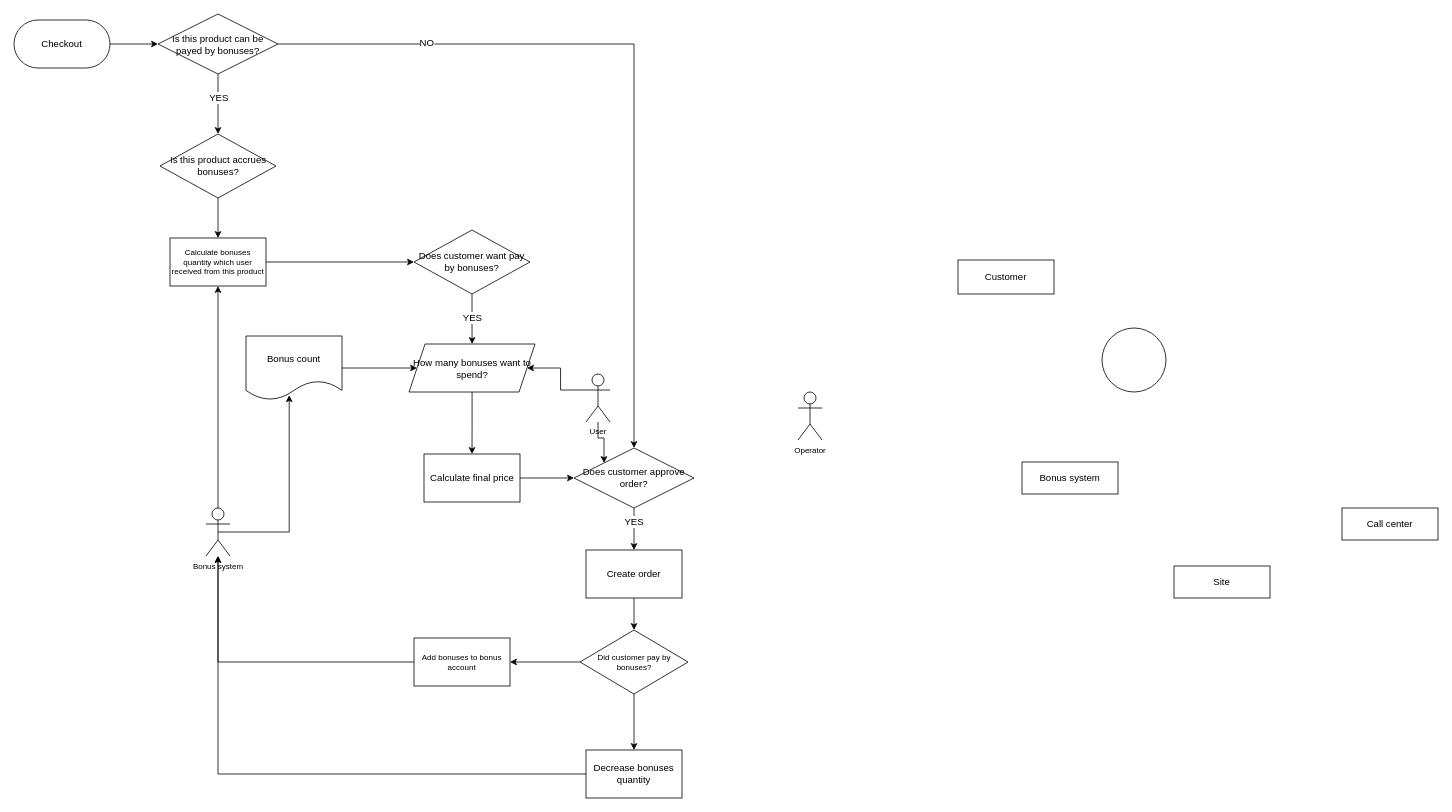
Earlier version of the draw.io diagram block.drawio (incfl0w/drawio). Source tidied: cells renumbered, new cells numbered last; positions are measured from the earlier drawing's top-left corner, leaving out a move shared by most shapes. Both pictures are drawn from the tidied source at 80%, with x=0, y=0 at pixel (14, 14).
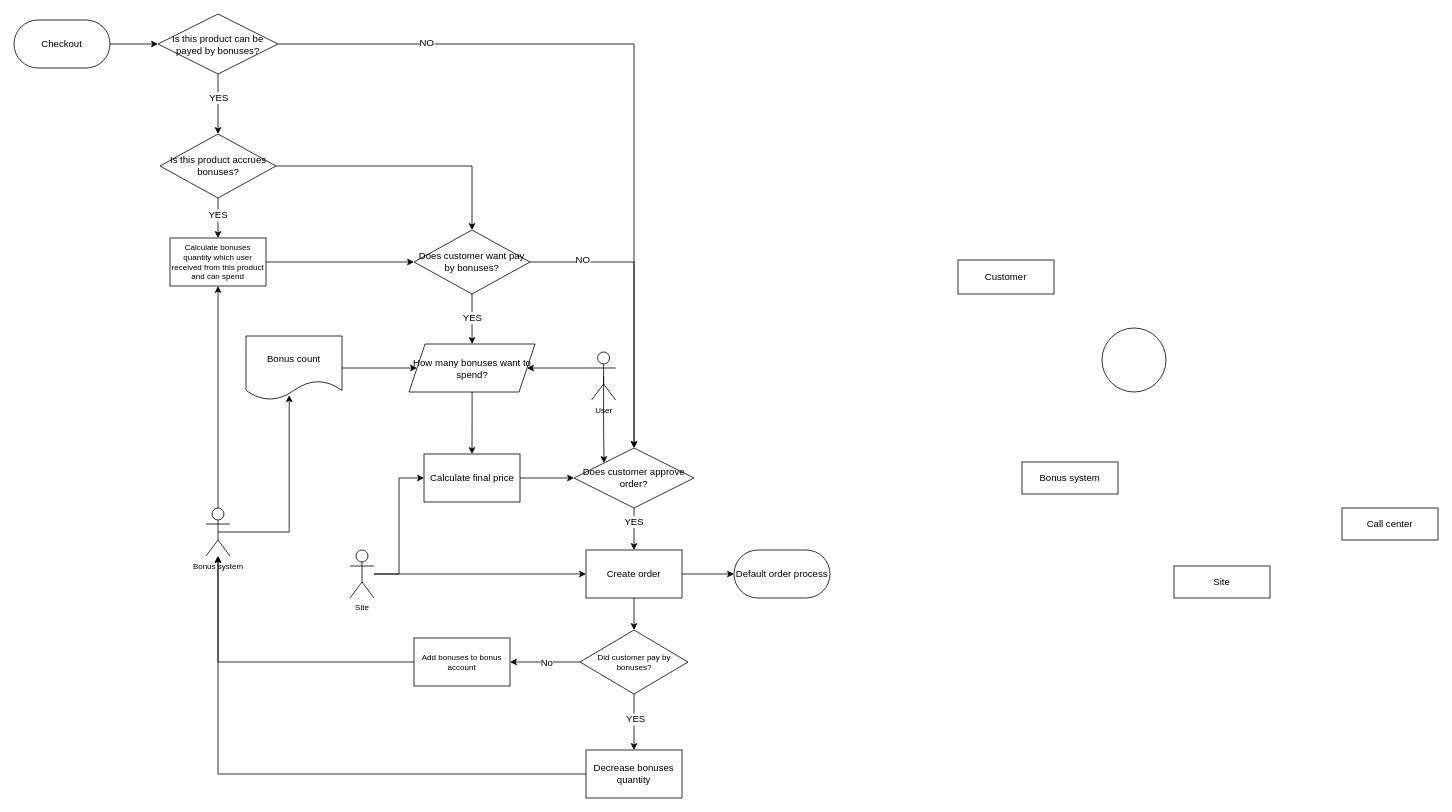
Above is the later version.

The change refers to these unchanged cells:
```xml
<mxCell id="9" style="edgeStyle=orthogonalEdgeStyle;rounded=0;jettySize=auto;html=1;fontSize=10;" parent="1" edge="1" source="10" target="28">
  <mxGeometry relative="1" as="geometry" />
</mxCell>
<mxCell id="10" value="Is this product accrues bonuses?&lt;span data-lucid-content=&quot;{&amp;quot;t&amp;quot;:&amp;quot;Is this product accrues bonuses?&amp;quot;,&amp;quot;m&amp;quot;:[{&amp;quot;s&amp;quot;:0,&amp;quot;n&amp;quot;:&amp;quot;mt&amp;quot;,&amp;quot;v&amp;quot;:3.708},{&amp;quot;s&amp;quot;:0,&amp;quot;n&amp;quot;:&amp;quot;fl&amp;quot;,&amp;quot;v&amp;quot;:12.977},{&amp;quot;s&amp;quot;:0,&amp;quot;n&amp;quot;:&amp;quot;il&amp;quot;,&amp;quot;v&amp;quot;:12.977},{&amp;quot;s&amp;quot;:0,&amp;quot;n&amp;quot;:&amp;quot;ir&amp;quot;,&amp;quot;v&amp;quot;:12.977},{&amp;quot;s&amp;quot;:0,&amp;quot;n&amp;quot;:&amp;quot;a&amp;quot;,&amp;quot;v&amp;quot;:&amp;quot;center&amp;quot;},{&amp;quot;s&amp;quot;:0,&amp;quot;n&amp;quot;:&amp;quot;fc&amp;quot;,&amp;quot;v&amp;quot;:&amp;quot;Regular&amp;quot;,&amp;quot;e&amp;quot;:32},{&amp;quot;s&amp;quot;:0,&amp;quot;n&amp;quot;:&amp;quot;s&amp;quot;,&amp;quot;v&amp;quot;:18.022927923937758,&amp;quot;e&amp;quot;:32},{&amp;quot;s&amp;quot;:0,&amp;quot;n&amp;quot;:&amp;quot;c&amp;quot;,&amp;quot;v&amp;quot;:&amp;quot;#000000ff&amp;quot;,&amp;quot;e&amp;quot;:32}]}&quot; style=&quot;font-size: 12px;&quot;&gt;&lt;/span&gt;&lt;span data-lucid-content=&quot;{&amp;quot;t&amp;quot;:&amp;quot;Is this product accrues bonuses?&amp;quot;,&amp;quot;m&amp;quot;:[{&amp;quot;s&amp;quot;:0,&amp;quot;n&amp;quot;:&amp;quot;mt&amp;quot;,&amp;quot;v&amp;quot;:3.708},{&amp;quot;s&amp;quot;:0,&amp;quot;n&amp;quot;:&amp;quot;fl&amp;quot;,&amp;quot;v&amp;quot;:12.977},{&amp;quot;s&amp;quot;:0,&amp;quot;n&amp;quot;:&amp;quot;il&amp;quot;,&amp;quot;v&amp;quot;:12.977},{&amp;quot;s&amp;quot;:0,&amp;quot;n&amp;quot;:&amp;quot;ir&amp;quot;,&amp;quot;v&amp;quot;:12.977},{&amp;quot;s&amp;quot;:0,&amp;quot;n&amp;quot;:&amp;quot;a&amp;quot;,&amp;quot;v&amp;quot;:&amp;quot;center&amp;quot;},{&amp;quot;s&amp;quot;:0,&amp;quot;n&amp;quot;:&amp;quot;fc&amp;quot;,&amp;quot;v&amp;quot;:&amp;quot;Regular&amp;quot;,&amp;quot;e&amp;quot;:32},{&amp;quot;s&amp;quot;:0,&amp;quot;n&amp;quot;:&amp;quot;s&amp;quot;,&amp;quot;v&amp;quot;:18.022927923937758,&amp;quot;e&amp;quot;:32},{&amp;quot;s&amp;quot;:0,&amp;quot;n&amp;quot;:&amp;quot;c&amp;quot;,&amp;quot;v&amp;quot;:&amp;quot;#000000ff&amp;quot;,&amp;quot;e&amp;quot;:32}]}&quot; style=&quot;font-size: 12px;&quot;&gt;&lt;/span&gt;&lt;span data-lucid-content=&quot;{&amp;quot;t&amp;quot;:&amp;quot;Is this product accrues bonuses?&amp;quot;,&amp;quot;m&amp;quot;:[{&amp;quot;s&amp;quot;:0,&amp;quot;n&amp;quot;:&amp;quot;mt&amp;quot;,&amp;quot;v&amp;quot;:3.708},{&amp;quot;s&amp;quot;:0,&amp;quot;n&amp;quot;:&amp;quot;fl&amp;quot;,&amp;quot;v&amp;quot;:12.977},{&amp;quot;s&amp;quot;:0,&amp;quot;n&amp;quot;:&amp;quot;il&amp;quot;,&amp;quot;v&amp;quot;:12.977},{&amp;quot;s&amp;quot;:0,&amp;quot;n&amp;quot;:&amp;quot;ir&amp;quot;,&amp;quot;v&amp;quot;:12.977},{&amp;quot;s&amp;quot;:0,&amp;quot;n&amp;quot;:&amp;quot;a&amp;quot;,&amp;quot;v&amp;quot;:&amp;quot;center&amp;quot;},{&amp;quot;s&amp;quot;:0,&amp;quot;n&amp;quot;:&amp;quot;fc&amp;quot;,&amp;quot;v&amp;quot;:&amp;quot;Regular&amp;quot;,&amp;quot;e&amp;quot;:32},{&amp;quot;s&amp;quot;:0,&amp;quot;n&amp;quot;:&amp;quot;s&amp;quot;,&amp;quot;v&amp;quot;:18.022927923937758,&amp;quot;e&amp;quot;:32},{&amp;quot;s&amp;quot;:0,&amp;quot;n&amp;quot;:&amp;quot;c&amp;quot;,&amp;quot;v&amp;quot;:&amp;quot;#000000ff&amp;quot;,&amp;quot;e&amp;quot;:32}]}&quot; style=&quot;font-size: 12px;&quot;&gt;&lt;/span&gt;&lt;span data-lucid-content=&quot;{&amp;quot;t&amp;quot;:&amp;quot;Is this product accrues bonuses?&amp;quot;,&amp;quot;m&amp;quot;:[{&amp;quot;s&amp;quot;:0,&amp;quot;n&amp;quot;:&amp;quot;mt&amp;quot;,&amp;quot;v&amp;quot;:3.708},{&amp;quot;s&amp;quot;:0,&amp;quot;n&amp;quot;:&amp;quot;fl&amp;quot;,&amp;quot;v&amp;quot;:12.977},{&amp;quot;s&amp;quot;:0,&amp;quot;n&amp;quot;:&amp;quot;il&amp;quot;,&amp;quot;v&amp;quot;:12.977},{&amp;quot;s&amp;quot;:0,&amp;quot;n&amp;quot;:&amp;quot;ir&amp;quot;,&amp;quot;v&amp;quot;:12.977},{&amp;quot;s&amp;quot;:0,&amp;quot;n&amp;quot;:&amp;quot;a&amp;quot;,&amp;quot;v&amp;quot;:&amp;quot;center&amp;quot;},{&amp;quot;s&amp;quot;:0,&amp;quot;n&amp;quot;:&amp;quot;fc&amp;quot;,&amp;quot;v&amp;quot;:&amp;quot;Regular&amp;quot;,&amp;quot;e&amp;quot;:32},{&amp;quot;s&amp;quot;:0,&amp;quot;n&amp;quot;:&amp;quot;s&amp;quot;,&amp;quot;v&amp;quot;:18.022927923937758,&amp;quot;e&amp;quot;:32},{&amp;quot;s&amp;quot;:0,&amp;quot;n&amp;quot;:&amp;quot;c&amp;quot;,&amp;quot;v&amp;quot;:&amp;quot;#000000ff&amp;quot;,&amp;quot;e&amp;quot;:32}]}&quot; style=&quot;font-size: 12px;&quot;&gt;&lt;/span&gt;&lt;span data-lucid-content=&quot;{&amp;quot;t&amp;quot;:&amp;quot;Is this product accrues bonuses?&amp;quot;,&amp;quot;m&amp;quot;:[{&amp;quot;s&amp;quot;:0,&amp;quot;n&amp;quot;:&amp;quot;mt&amp;quot;,&amp;quot;v&amp;quot;:3.708},{&amp;quot;s&amp;quot;:0,&amp;quot;n&amp;quot;:&amp;quot;fl&amp;quot;,&amp;quot;v&amp;quot;:12.977},{&amp;quot;s&amp;quot;:0,&amp;quot;n&amp;quot;:&amp;quot;il&amp;quot;,&amp;quot;v&amp;quot;:12.977},{&amp;quot;s&amp;quot;:0,&amp;quot;n&amp;quot;:&amp;quot;ir&amp;quot;,&amp;quot;v&amp;quot;:12.977},{&amp;quot;s&amp;quot;:0,&amp;quot;n&amp;quot;:&amp;quot;a&amp;quot;,&amp;quot;v&amp;quot;:&amp;quot;center&amp;quot;},{&amp;quot;s&amp;quot;:0,&amp;quot;n&amp;quot;:&amp;quot;fc&amp;quot;,&amp;quot;v&amp;quot;:&amp;quot;Regular&amp;quot;,&amp;quot;e&amp;quot;:32},{&amp;quot;s&amp;quot;:0,&amp;quot;n&amp;quot;:&amp;quot;s&amp;quot;,&amp;quot;v&amp;quot;:18.022927923937758,&amp;quot;e&amp;quot;:32},{&amp;quot;s&amp;quot;:0,&amp;quot;n&amp;quot;:&amp;quot;c&amp;quot;,&amp;quot;v&amp;quot;:&amp;quot;#000000ff&amp;quot;,&amp;quot;e&amp;quot;:32}]}&quot; style=&quot;font-size: 12px;&quot;&gt;&lt;/span&gt;&lt;span data-lucid-content=&quot;{&amp;quot;t&amp;quot;:&amp;quot;Is this product accrues bonuses?&amp;quot;,&amp;quot;m&amp;quot;:[{&amp;quot;s&amp;quot;:0,&amp;quot;n&amp;quot;:&amp;quot;mt&amp;quot;,&amp;quot;v&amp;quot;:3.708},{&amp;quot;s&amp;quot;:0,&amp;quot;n&amp;quot;:&amp;quot;fl&amp;quot;,&amp;quot;v&amp;quot;:12.977},{&amp;quot;s&amp;quot;:0,&amp;quot;n&amp;quot;:&amp;quot;il&amp;quot;,&amp;quot;v&amp;quot;:12.977},{&amp;quot;s&amp;quot;:0,&amp;quot;n&amp;quot;:&amp;quot;ir&amp;quot;,&amp;quot;v&amp;quot;:12.977},{&amp;quot;s&amp;quot;:0,&amp;quot;n&amp;quot;:&amp;quot;a&amp;quot;,&amp;quot;v&amp;quot;:&amp;quot;center&amp;quot;},{&amp;quot;s&amp;quot;:0,&amp;quot;n&amp;quot;:&amp;quot;fc&amp;quot;,&amp;quot;v&amp;quot;:&amp;quot;Regular&amp;quot;,&amp;quot;e&amp;quot;:32},{&amp;quot;s&amp;quot;:0,&amp;quot;n&amp;quot;:&amp;quot;s&amp;quot;,&amp;quot;v&amp;quot;:18.022927923937758,&amp;quot;e&amp;quot;:32},{&amp;quot;s&amp;quot;:0,&amp;quot;n&amp;quot;:&amp;quot;c&amp;quot;,&amp;quot;v&amp;quot;:&amp;quot;#000000ff&amp;quot;,&amp;quot;e&amp;quot;:32}]}&quot; style=&quot;font-size: 12px;&quot;&gt;&lt;/span&gt;&lt;span data-lucid-content=&quot;{&amp;quot;t&amp;quot;:&amp;quot;Is this product accrues bonuses?&amp;quot;,&amp;quot;m&amp;quot;:[{&amp;quot;s&amp;quot;:0,&amp;quot;n&amp;quot;:&amp;quot;mt&amp;quot;,&amp;quot;v&amp;quot;:3.708},{&amp;quot;s&amp;quot;:0,&amp;quot;n&amp;quot;:&amp;quot;fl&amp;quot;,&amp;quot;v&amp;quot;:12.977},{&amp;quot;s&amp;quot;:0,&amp;quot;n&amp;quot;:&amp;quot;il&amp;quot;,&amp;quot;v&amp;quot;:12.977},{&amp;quot;s&amp;quot;:0,&amp;quot;n&amp;quot;:&amp;quot;ir&amp;quot;,&amp;quot;v&amp;quot;:12.977},{&amp;quot;s&amp;quot;:0,&amp;quot;n&amp;quot;:&amp;quot;a&amp;quot;,&amp;quot;v&amp;quot;:&amp;quot;center&amp;quot;},{&amp;quot;s&amp;quot;:0,&amp;quot;n&amp;quot;:&amp;quot;fc&amp;quot;,&amp;quot;v&amp;quot;:&amp;quot;Regular&amp;quot;,&amp;quot;e&amp;quot;:32},{&amp;quot;s&amp;quot;:0,&amp;quot;n&amp;quot;:&amp;quot;s&amp;quot;,&amp;quot;v&amp;quot;:18.022927923937758,&amp;quot;e&amp;quot;:32},{&amp;quot;s&amp;quot;:0,&amp;quot;n&amp;quot;:&amp;quot;c&amp;quot;,&amp;quot;v&amp;quot;:&amp;quot;#000000ff&amp;quot;,&amp;quot;e&amp;quot;:32}]}&quot; style=&quot;font-size: 12px;&quot;&gt;&lt;/span&gt;&lt;span data-lucid-content=&quot;{&amp;quot;t&amp;quot;:&amp;quot;Is this product accrues bonuses?&amp;quot;,&amp;quot;m&amp;quot;:[{&amp;quot;s&amp;quot;:0,&amp;quot;n&amp;quot;:&amp;quot;mt&amp;quot;,&amp;quot;v&amp;quot;:3.708},{&amp;quot;s&amp;quot;:0,&amp;quot;n&amp;quot;:&amp;quot;fl&amp;quot;,&amp;quot;v&amp;quot;:12.977},{&amp;quot;s&amp;quot;:0,&amp;quot;n&amp;quot;:&amp;quot;il&amp;quot;,&amp;quot;v&amp;quot;:12.977},{&amp;quot;s&amp;quot;:0,&amp;quot;n&amp;quot;:&amp;quot;ir&amp;quot;,&amp;quot;v&amp;quot;:12.977},{&amp;quot;s&amp;quot;:0,&amp;quot;n&amp;quot;:&amp;quot;a&amp;quot;,&amp;quot;v&amp;quot;:&amp;quot;center&amp;quot;},{&amp;quot;s&amp;quot;:0,&amp;quot;n&amp;quot;:&amp;quot;fc&amp;quot;,&amp;quot;v&amp;quot;:&amp;quot;Regular&amp;quot;,&amp;quot;e&amp;quot;:32},{&amp;quot;s&amp;quot;:0,&amp;quot;n&amp;quot;:&amp;quot;s&amp;quot;,&amp;quot;v&amp;quot;:18.022927923937758,&amp;quot;e&amp;quot;:32},{&amp;quot;s&amp;quot;:0,&amp;quot;n&amp;quot;:&amp;quot;c&amp;quot;,&amp;quot;v&amp;quot;:&amp;quot;#000000ff&amp;quot;,&amp;quot;e&amp;quot;:32}]}&quot; style=&quot;font-size: 12px;&quot;&gt;&lt;/span&gt;" style="rhombus;whiteSpace=wrap;html=1;fontSize=12;" parent="1" vertex="1">
  <mxGeometry x="182.5" y="150" width="145" height="80" as="geometry" />
</mxCell>
<mxCell id="13" value="Does customer want pay by bonuses?&lt;span data-lucid-content=&quot;{&amp;quot;t&amp;quot;:&amp;quot;Is this product accrues bonuses?&amp;quot;,&amp;quot;m&amp;quot;:[{&amp;quot;s&amp;quot;:0,&amp;quot;n&amp;quot;:&amp;quot;mt&amp;quot;,&amp;quot;v&amp;quot;:3.708},{&amp;quot;s&amp;quot;:0,&amp;quot;n&amp;quot;:&amp;quot;fl&amp;quot;,&amp;quot;v&amp;quot;:12.977},{&amp;quot;s&amp;quot;:0,&amp;quot;n&amp;quot;:&amp;quot;il&amp;quot;,&amp;quot;v&amp;quot;:12.977},{&amp;quot;s&amp;quot;:0,&amp;quot;n&amp;quot;:&amp;quot;ir&amp;quot;,&amp;quot;v&amp;quot;:12.977},{&amp;quot;s&amp;quot;:0,&amp;quot;n&amp;quot;:&amp;quot;a&amp;quot;,&amp;quot;v&amp;quot;:&amp;quot;center&amp;quot;},{&amp;quot;s&amp;quot;:0,&amp;quot;n&amp;quot;:&amp;quot;fc&amp;quot;,&amp;quot;v&amp;quot;:&amp;quot;Regular&amp;quot;,&amp;quot;e&amp;quot;:32},{&amp;quot;s&amp;quot;:0,&amp;quot;n&amp;quot;:&amp;quot;s&amp;quot;,&amp;quot;v&amp;quot;:18.022927923937758,&amp;quot;e&amp;quot;:32},{&amp;quot;s&amp;quot;:0,&amp;quot;n&amp;quot;:&amp;quot;c&amp;quot;,&amp;quot;v&amp;quot;:&amp;quot;#000000ff&amp;quot;,&amp;quot;e&amp;quot;:32}]}&quot; style=&quot;font-size: 12px;&quot;&gt;&lt;/span&gt;" style="rhombus;whiteSpace=wrap;html=1;fontSize=12;" parent="1" vertex="1">
  <mxGeometry x="500" y="270" width="145" height="80" as="geometry" />
</mxCell>
<mxCell id="19" value="Calculate final price" style="rounded=0;whiteSpace=wrap;html=1;fontSize=12;" parent="1" vertex="1">
  <mxGeometry x="512.5" y="550" width="120" height="60" as="geometry" />
</mxCell>
<mxCell id="22" value="Does customer approve order?" style="rhombus;whiteSpace=wrap;html=1;fontSize=12;" parent="1" vertex="1">
  <mxGeometry x="700" y="542.5" width="150" height="75" as="geometry" />
</mxCell>
<mxCell id="24" value="Create order" style="rounded=0;whiteSpace=wrap;html=1;fontSize=12;" parent="1" vertex="1">
  <mxGeometry x="715" y="670" width="120" height="60" as="geometry" />
</mxCell>
<mxCell id="32" style="edgeStyle=orthogonalEdgeStyle;rounded=0;jettySize=auto;html=1;fontSize=10;" parent="1" edge="1" source="34" target="36">
  <mxGeometry relative="1" as="geometry" />
</mxCell>
<mxCell id="33" style="edgeStyle=orthogonalEdgeStyle;rounded=0;jettySize=auto;html=1;exitX=0.5;exitY=1;exitDx=0;exitDy=0;fontSize=10;" parent="1" edge="1" source="34" target="26">
  <mxGeometry relative="1" as="geometry" />
</mxCell>
```

Diff of the diagram source:
```diff
@@
+    <mxCell id="46" value="YES" style="edgeLabel;html=1;align=center;verticalAlign=middle;fontSize=12;" parent="9" vertex="1">
+      <mxGeometry x="-0.18" y="-1" relative="1" as="geometry" />
+    </mxCell>
+    <mxCell id="47" style="edgeStyle=orthogonalEdgeStyle;rounded=0;jettySize=auto;html=1;entryX=0.5;entryY=0;entryDx=0;entryDy=0;fontSize=12;" parent="1" edge="1" source="10" target="13">
+      <mxGeometry relative="1" as="geometry" />
+    </mxCell>
@@
+    <mxCell id="48" style="edgeStyle=orthogonalEdgeStyle;rounded=0;jettySize=auto;html=1;exitX=1;exitY=0.5;exitDx=0;exitDy=0;entryX=0.5;entryY=0;entryDx=0;entryDy=0;fontSize=12;" parent="1" edge="1" source="13" target="22">
+      <mxGeometry relative="1" as="geometry" />
+    </mxCell>
+    <mxCell id="49" value="NO" style="edgeLabel;html=1;align=center;verticalAlign=middle;fontSize=12;" parent="48" vertex="1">
+      <mxGeometry x="-0.64" y="4" relative="1" as="geometry">
+        <mxPoint y="1" as="offset" />
+      </mxGeometry>
+    </mxCell>
@@
+    <mxCell id="50" style="edgeStyle=orthogonalEdgeStyle;rounded=0;jettySize=auto;html=1;exitX=1;exitY=0.5;exitDx=0;exitDy=0;fontSize=12;" parent="1" edge="1" source="24">
+      <mxGeometry relative="1" as="geometry">
+        <mxPoint x="900" y="700" as="targetPoint" />
+      </mxGeometry>
+    </mxCell>
@@
-    <mxCell id="28" value="Calculate bonuses quantity which user received from this product" style="rounded=0;whiteSpace=wrap;html=1;fontSize=10;" parent="1" vertex="1">
+    <mxCell id="28" value="Calculate bonuses quantity which user received from this product and can spend" style="rounded=0;whiteSpace=wrap;html=1;fontSize=10;" parent="1" vertex="1">
       <mxGeometry x="195" y="280" width="120" height="60" as="geometry" />
     </mxCell>
@@
+    <mxCell id="51" value="No" style="edgeLabel;html=1;align=center;verticalAlign=middle;fontSize=12;" parent="32" vertex="1">
+      <mxGeometry x="-0.03" y="1" relative="1" as="geometry" />
+    </mxCell>
@@
+    <mxCell id="52" value="YES" style="edgeLabel;html=1;align=center;verticalAlign=middle;fontSize=12;" parent="33" vertex="1">
+      <mxGeometry x="-0.13" y="1" relative="1" as="geometry">
+        <mxPoint y="1" as="offset" />
+      </mxGeometry>
+    </mxCell>
@@
+    <mxCell id="53" style="edgeStyle=orthogonalEdgeStyle;rounded=0;jettySize=auto;html=1;entryX=0;entryY=0.5;entryDx=0;entryDy=0;fontSize=12;" parent="1" edge="1" source="37" target="19">
+      <mxGeometry relative="1" as="geometry" />
+    </mxCell>
+    <mxCell id="54" style="edgeStyle=orthogonalEdgeStyle;rounded=0;jettySize=auto;html=1;entryX=0;entryY=0.5;entryDx=0;entryDy=0;fontSize=12;" parent="1" edge="1" source="37" target="24">
+      <mxGeometry relative="1" as="geometry" />
+    </mxCell>
-    <mxCell id="37" value="Operator" style="shape=umlActor;verticalLabelPosition=bottom;verticalAlign=top;html=1;outlineConnect=0;fontSize=10;" parent="1" vertex="1">
-      <mxGeometry x="980" y="472.5" width="30" height="60" as="geometry" />
+    <mxCell id="37" value="Site" style="shape=umlActor;verticalLabelPosition=bottom;verticalAlign=top;html=1;outlineConnect=0;fontSize=10;" parent="1" vertex="1">
+      <mxGeometry x="420" y="670" width="30" height="60" as="geometry" />
     </mxCell>
@@
-    <mxCell id="39" style="edgeStyle=orthogonalEdgeStyle;rounded=0;jettySize=auto;html=1;entryX=0;entryY=0;entryDx=0;entryDy=0;fontSize=10;" parent="1" edge="1" source="40" target="22">
+    <mxCell id="39" style="edgeStyle=orthogonalEdgeStyle;rounded=0;jettySize=auto;html=1;entryX=0;entryY=0;entryDx=0;entryDy=0;fontSize=10;exitX=0.5;exitY=0.5;exitDx=0;exitDy=0;exitPerimeter=0;" parent="1" edge="1" source="40" target="22">
       <mxGeometry relative="1" as="geometry" />
     </mxCell>
     <mxCell id="40" value="User" style="shape=umlActor;verticalLabelPosition=bottom;verticalAlign=top;html=1;outlineConnect=0;fontSize=10;" parent="1" vertex="1">
-      <mxGeometry x="715" y="450" width="30" height="60" as="geometry" />
+      <mxGeometry x="722" y="422.5" width="30" height="60" as="geometry" />
     </mxCell>
@@
+    <mxCell id="55" value="Default order process" style="rounded=1;whiteSpace=wrap;html=1;arcSize=50;fontSize=12;" parent="1" vertex="1">
+      <mxGeometry x="900" y="670" width="120" height="60" as="geometry" />
+    </mxCell>
```
